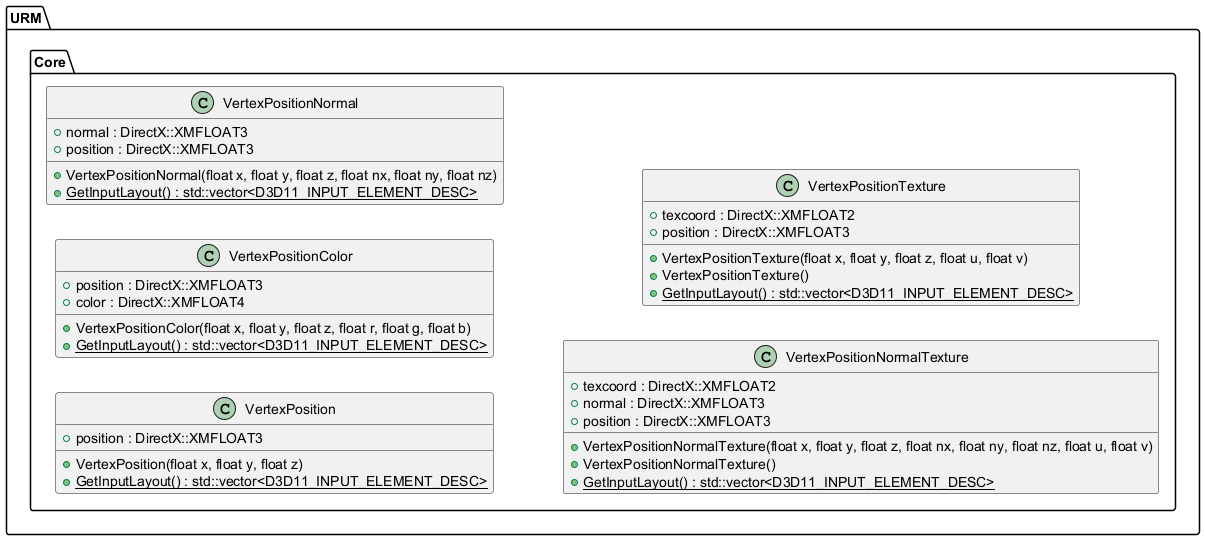
This is Latex/images/UML/vertextypes.png from MinikPLayer/MasterThesis_UniversalRenderingModule_D3D11, a PlantUML export, as it was before one commit.
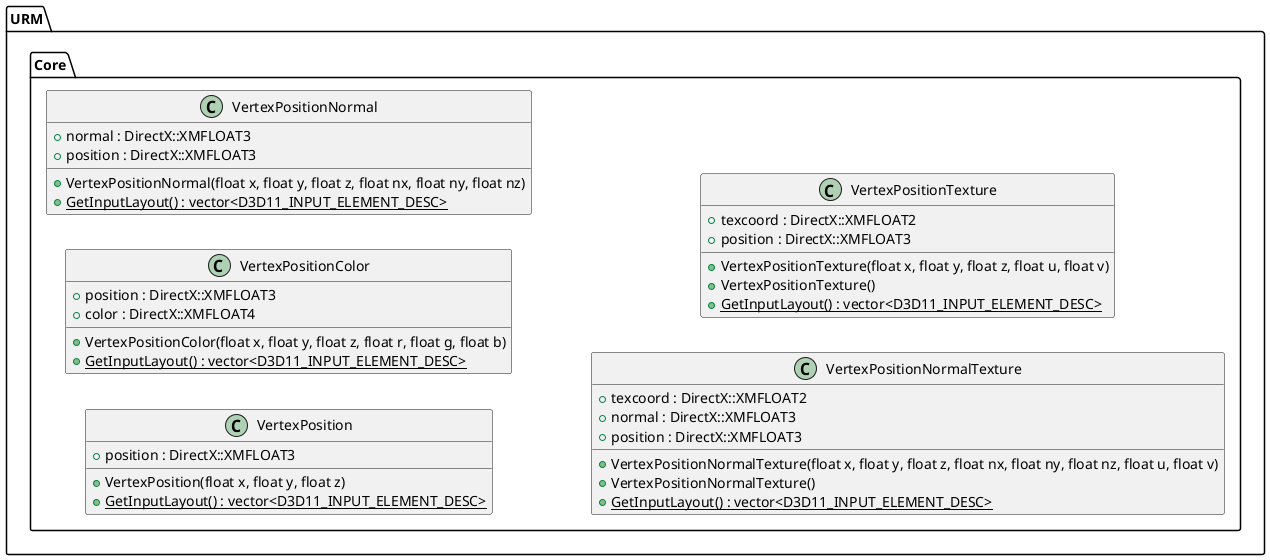
After the change.

Diff of the diagram source:
```diff
@@ -11,21 +11,21 @@
 		class VertexPosition {
 			+VertexPosition(float x, float y, float z)
 			+position : DirectX::XMFLOAT3
-			+{static} GetInputLayout() : std::vector<D3D11_INPUT_ELEMENT_DESC>
+			+{static} GetInputLayout() : vector<D3D11_INPUT_ELEMENT_DESC>
 		}
 
 		class VertexPositionColor {
 			+VertexPositionColor(float x, float y, float z, float r, float g, float b)
 			+position : DirectX::XMFLOAT3
 			+color : DirectX::XMFLOAT4
-			+{static} GetInputLayout() : std::vector<D3D11_INPUT_ELEMENT_DESC>
+			+{static} GetInputLayout() : vector<D3D11_INPUT_ELEMENT_DESC>
 		}
 
 		class VertexPositionNormal {
 			+VertexPositionNormal(float x, float y, float z, float nx, float ny, float nz)
 			+normal : DirectX::XMFLOAT3
 			+position : DirectX::XMFLOAT3
-			+{static} GetInputLayout() : std::vector<D3D11_INPUT_ELEMENT_DESC>
+			+{static} GetInputLayout() : vector<D3D11_INPUT_ELEMENT_DESC>
 		}
 
 		class VertexPositionNormalTexture {
@@ -34,7 +34,7 @@
 			+texcoord : DirectX::XMFLOAT2
 			+normal : DirectX::XMFLOAT3
 			+position : DirectX::XMFLOAT3
-			+{static} GetInputLayout() : std::vector<D3D11_INPUT_ELEMENT_DESC>
+			+{static} GetInputLayout() : vector<D3D11_INPUT_ELEMENT_DESC>
 		}
 
 		class VertexPositionTexture {
@@ -42,7 +42,7 @@
 			+VertexPositionTexture()
 			+texcoord : DirectX::XMFLOAT2
 			+position : DirectX::XMFLOAT3
-			+{static} GetInputLayout() : std::vector<D3D11_INPUT_ELEMENT_DESC>
+			+{static} GetInputLayout() : vector<D3D11_INPUT_ELEMENT_DESC>
 		}
 	}
 }
```
